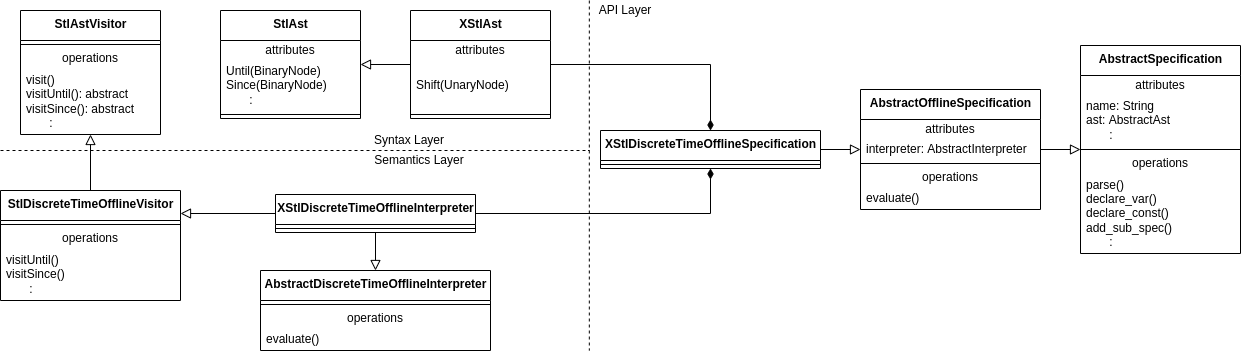
The draw.io diagram figures/XSTLclass.png in nickovic/rtamt, before a commit. Source tidied: cells renumbered, new cells last; positions are measured from the earlier drawing's top-left corner, leaving out a move shared by most shapes.
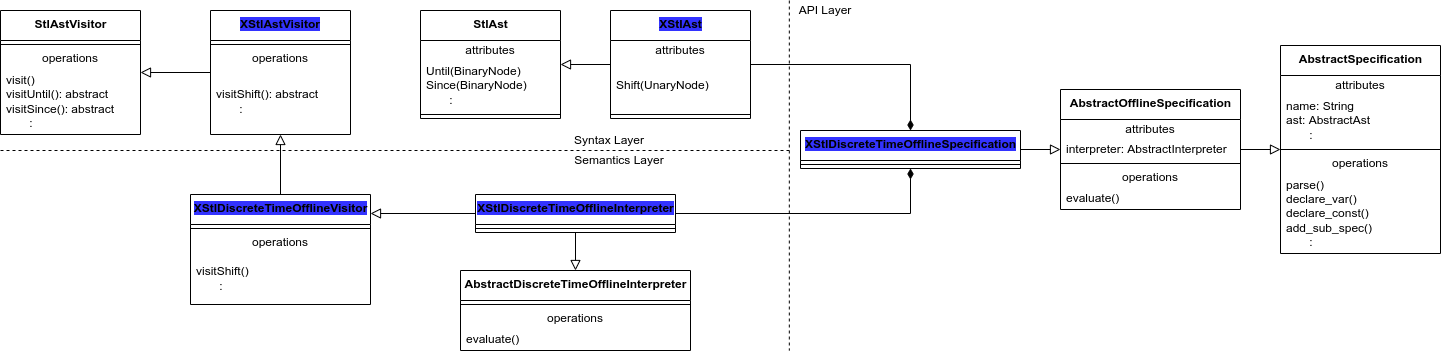
The same file after the commit.

Diff of the diagram source:
```diff
@@ -2,15 +2,15 @@
   <root>
     <mxCell id="0" />
     <mxCell id="1" parent="0" />
-    <mxCell id="2" value="&lt;b&gt;XStl&lt;/b&gt;&lt;b&gt;Discrete&lt;/b&gt;&lt;b&gt;TimeOffline&lt;/b&gt;&lt;b&gt;Interpreter&lt;/b&gt;" style="swimlane;fontStyle=0;align=center;verticalAlign=top;horizontal=1;startSize=30;html=1;" parent="1" vertex="1">
+    <mxCell id="2" value="&lt;b&gt;XStl&lt;/b&gt;&lt;b&gt;Discrete&lt;/b&gt;&lt;b&gt;TimeOffline&lt;/b&gt;&lt;b&gt;Interpreter&lt;/b&gt;" style="swimlane;fontStyle=0;align=center;verticalAlign=top;horizontal=1;startSize=30;html=1;labelBackgroundColor=#3333FF;" parent="1" vertex="1">
       <mxGeometry x="335" y="194" width="200" height="38" as="geometry" />
     </mxCell>
     <mxCell id="3" style="line;strokeWidth=1;fillColor=none;align=left;verticalAlign=middle;spacingTop=-1;spacingLeft=3;spacingRight=3;labelPosition=right;" parent="2" vertex="1">
       <mxGeometry y="30" width="200" height="8" as="geometry" />
     </mxCell>
-    <mxCell id="4" style="endArrow=block;html=1;rounded=0;align=center;verticalAlign=bottom;endFill=0;labelBackgroundColor=none;endSize=8;" parent="1" edge="1" source="2">
+    <mxCell id="4" style="endArrow=block;html=1;rounded=0;align=center;verticalAlign=bottom;endFill=0;labelBackgroundColor=none;endSize=8;exitX=0;exitY=0.5;exitDx=0;exitDy=0;" parent="1" edge="1" source="2">
       <mxGeometry x="0.35" y="-14" relative="1" as="geometry">
-        <mxPoint x="240" y="213" as="targetPoint" />
+        <mxPoint x="230" y="213" as="targetPoint" />
       </mxGeometry>
     </mxCell>
     <mxCell id="5" value="&lt;b&gt;StlAst&lt;br&gt;&lt;/b&gt;" style="swimlane;fontStyle=0;align=center;verticalAlign=top;horizontal=1;startSize=30;html=1;" parent="1" vertex="1">
@@ -26,7 +26,7 @@
       <mxGeometry y="100" width="140" height="8" as="geometry" />
     </mxCell>
     <mxCell id="9" value="&lt;b&gt;StlAstVisitor&lt;/b&gt;" style="swimlane;fontStyle=0;align=center;verticalAlign=top;horizontal=1;startSize=30;html=1;" parent="1" vertex="1">
-      <mxGeometry x="80" y="10" width="140" height="124" as="geometry" />
+      <mxGeometry x="-140" y="10" width="140" height="124" as="geometry" />
     </mxCell>
     <mxCell id="10" style="line;strokeWidth=1;fillColor=none;align=left;verticalAlign=middle;spacingTop=-1;spacingLeft=3;spacingRight=3;labelPosition=right;" parent="9" vertex="1">
       <mxGeometry y="30" width="140" height="8" as="geometry" />
@@ -37,7 +37,7 @@
     <mxCell id="12" value="&lt;div&gt;visit()&lt;/div&gt;&lt;div&gt;visitUntil(): abstract&lt;br&gt;&lt;/div&gt;&lt;div&gt;visitSince(): abstract&lt;/div&gt;&lt;div&gt;&amp;nbsp; &amp;nbsp; &amp;nbsp; &amp;nbsp;:&lt;/div&gt;" style="text;html=1;strokeColor=none;fillColor=none;align=left;verticalAlign=middle;spacingLeft=4;spacingRight=4;overflow=hidden;" parent="9" vertex="1">
       <mxGeometry y="58" width="140" height="66" as="geometry" />
     </mxCell>
-    <mxCell id="13" style="endArrow=block;html=1;rounded=0;align=center;verticalAlign=bottom;endFill=0;labelBackgroundColor=none;endSize=8;" parent="1" edge="1" source="41" target="9">
+    <mxCell id="13" style="endArrow=block;html=1;rounded=0;align=center;verticalAlign=bottom;endFill=0;labelBackgroundColor=none;endSize=8;" parent="1" edge="1" source="52" target="9">
       <mxGeometry x="0.35" y="-14" relative="1" as="geometry" />
     </mxCell>
     <mxCell id="14" value="&lt;b&gt;AbstractOfflineSpecification&lt;/b&gt;" style="swimlane;fontStyle=0;align=center;verticalAlign=top;horizontal=1;startSize=30;html=1;" parent="1" vertex="1">
@@ -98,7 +98,7 @@
         </Array>
       </mxGeometry>
     </mxCell>
-    <mxCell id="29" value="&lt;b&gt;XStlDiscreteTimeOfflineSpecification&lt;/b&gt;" style="swimlane;fontStyle=0;align=center;verticalAlign=top;horizontal=1;startSize=30;html=1;" parent="1" vertex="1">
+    <mxCell id="29" value="&lt;b&gt;XStlDiscreteTimeOfflineSpecification&lt;/b&gt;" style="swimlane;fontStyle=0;align=center;verticalAlign=top;horizontal=1;startSize=30;html=1;labelBackgroundColor=#3333FF;" parent="1" vertex="1">
       <mxGeometry x="660" y="130" width="220" height="38" as="geometry" />
     </mxCell>
     <mxCell id="30" style="line;strokeWidth=1;fillColor=none;align=left;verticalAlign=middle;spacingTop=-1;spacingLeft=3;spacingRight=3;labelPosition=right;" parent="29" vertex="1">
@@ -115,7 +115,7 @@
     </mxCell>
     <mxCell id="34" style="endArrow=none;dashed=1;html=1;" parent="1" edge="1">
       <mxGeometry relative="1" as="geometry">
-        <mxPoint x="60" y="150" as="sourcePoint" />
+        <mxPoint x="-140" y="150" as="sourcePoint" />
         <mxPoint x="648.8" y="150" as="targetPoint" />
       </mxGeometry>
     </mxCell>
@@ -140,8 +140,8 @@
     <mxCell id="40" value="evaluate()" style="text;html=1;strokeColor=none;fillColor=none;align=left;verticalAlign=middle;spacingLeft=4;spacingRight=4;overflow=hidden;" parent="37" vertex="1">
       <mxGeometry y="58" width="230" height="22" as="geometry" />
     </mxCell>
-    <mxCell id="41" value="&lt;b&gt;Stl&lt;/b&gt;&lt;b&gt;Discrete&lt;/b&gt;&lt;b&gt;TimeOfflineVisitor&lt;/b&gt;" style="swimlane;fontStyle=0;align=center;verticalAlign=top;horizontal=1;startSize=30;html=1;" parent="1" vertex="1">
-      <mxGeometry x="60" y="190" width="180" height="110" as="geometry" />
+    <mxCell id="41" value="&lt;b&gt;XStl&lt;/b&gt;&lt;b&gt;Discrete&lt;/b&gt;&lt;b&gt;TimeOfflineVisitor&lt;/b&gt;" style="swimlane;fontStyle=0;align=center;verticalAlign=top;horizontal=1;startSize=30;html=1;labelBackgroundColor=#3333FF;" parent="1" vertex="1">
+      <mxGeometry x="50" y="194" width="180" height="110" as="geometry" />
     </mxCell>
     <mxCell id="42" style="line;strokeWidth=1;fillColor=none;align=left;verticalAlign=middle;spacingTop=-1;spacingLeft=3;spacingRight=3;labelPosition=right;" parent="41" vertex="1">
       <mxGeometry y="30" width="180" height="8" as="geometry" />
@@ -149,10 +149,10 @@
     <mxCell id="43" value="operations" style="text;html=1;strokeColor=none;fillColor=none;align=center;verticalAlign=middle;spacingLeft=4;spacingRight=4;overflow=hidden;" parent="41" vertex="1">
       <mxGeometry y="38" width="180" height="20" as="geometry" />
     </mxCell>
-    <mxCell id="44" value="&lt;div&gt;visitUntil()&lt;br&gt;&lt;/div&gt;&lt;div&gt;visitSince()&lt;/div&gt;&lt;div&gt;&amp;nbsp; &amp;nbsp; &amp;nbsp; &amp;nbsp;:&lt;/div&gt;" style="text;html=1;strokeColor=none;fillColor=none;align=left;verticalAlign=middle;spacingLeft=4;spacingRight=4;overflow=hidden;" parent="41" vertex="1">
+    <mxCell id="44" value="visitShift&lt;span&gt;()&lt;/span&gt;&lt;br&gt;&lt;div&gt;&lt;span&gt;&amp;nbsp; &amp;nbsp; &amp;nbsp; &amp;nbsp;:&lt;/span&gt;&lt;br&gt;&lt;/div&gt;" style="text;html=1;strokeColor=none;fillColor=none;align=left;verticalAlign=middle;spacingLeft=4;spacingRight=4;overflow=hidden;" parent="41" vertex="1">
       <mxGeometry y="58" width="180" height="52" as="geometry" />
     </mxCell>
-    <mxCell id="45" value="&lt;b&gt;XStlAst&lt;br&gt;&lt;/b&gt;" style="swimlane;fontStyle=0;align=center;verticalAlign=top;horizontal=1;startSize=30;html=1;" parent="1" vertex="1">
+    <mxCell id="45" value="&lt;b&gt;XStlAst&lt;br&gt;&lt;/b&gt;" style="swimlane;fontStyle=0;align=center;verticalAlign=top;horizontal=1;startSize=30;html=1;labelBackgroundColor=#3333FF;" parent="1" vertex="1">
       <mxGeometry x="470" y="10" width="140" height="108" as="geometry" />
     </mxCell>
     <mxCell id="46" value="attributes" style="text;html=1;strokeColor=none;fillColor=none;align=center;verticalAlign=middle;spacingLeft=4;spacingRight=4;overflow=hidden;" parent="45" vertex="1">
@@ -170,5 +170,20 @@
     <mxCell id="50" style="endArrow=block;html=1;rounded=0;align=center;verticalAlign=bottom;endFill=0;labelBackgroundColor=none;endSize=8;exitX=0.5;exitY=1;exitDx=0;exitDy=0;entryX=0.5;entryY=0;entryDx=0;entryDy=0;" parent="1" edge="1" source="2" target="37">
       <mxGeometry x="0.35" y="-14" relative="1" as="geometry" />
     </mxCell>
+    <mxCell id="51" style="endArrow=block;html=1;rounded=0;align=center;verticalAlign=bottom;endFill=0;labelBackgroundColor=none;endSize=8;" parent="1" edge="1" source="41" target="52">
+      <mxGeometry x="0.35" y="-14" relative="1" as="geometry" />
+    </mxCell>
+    <mxCell id="52" value="&lt;b&gt;XStlAstVisitor&lt;/b&gt;" style="swimlane;fontStyle=0;align=center;verticalAlign=top;horizontal=1;startSize=30;html=1;labelBackgroundColor=#3333FF;whiteSpace=wrap;" parent="1" vertex="1">
+      <mxGeometry x="70" y="10" width="140" height="124" as="geometry" />
+    </mxCell>
+    <mxCell id="53" style="line;strokeWidth=1;fillColor=none;align=left;verticalAlign=middle;spacingTop=-1;spacingLeft=3;spacingRight=3;labelPosition=right;" parent="52" vertex="1">
+      <mxGeometry y="30" width="140" height="8" as="geometry" />
+    </mxCell>
+    <mxCell id="54" value="operations" style="text;html=1;strokeColor=none;fillColor=none;align=center;verticalAlign=middle;spacingLeft=4;spacingRight=4;overflow=hidden;" parent="52" vertex="1">
+      <mxGeometry y="38" width="140" height="20" as="geometry" />
+    </mxCell>
+    <mxCell id="55" value="&lt;div&gt;&lt;span&gt;visitShift(): abstract&lt;/span&gt;&lt;br&gt;&lt;/div&gt;&lt;div&gt;&lt;span&gt;&amp;nbsp; &amp;nbsp; &amp;nbsp; &amp;nbsp;:&lt;/span&gt;&lt;br&gt;&lt;/div&gt;" style="text;html=1;strokeColor=none;fillColor=none;align=left;verticalAlign=middle;spacingLeft=4;spacingRight=4;overflow=hidden;" parent="52" vertex="1">
+      <mxGeometry y="58" width="140" height="66" as="geometry" />
+    </mxCell>
   </root>
 </mxGraphModel>
```
